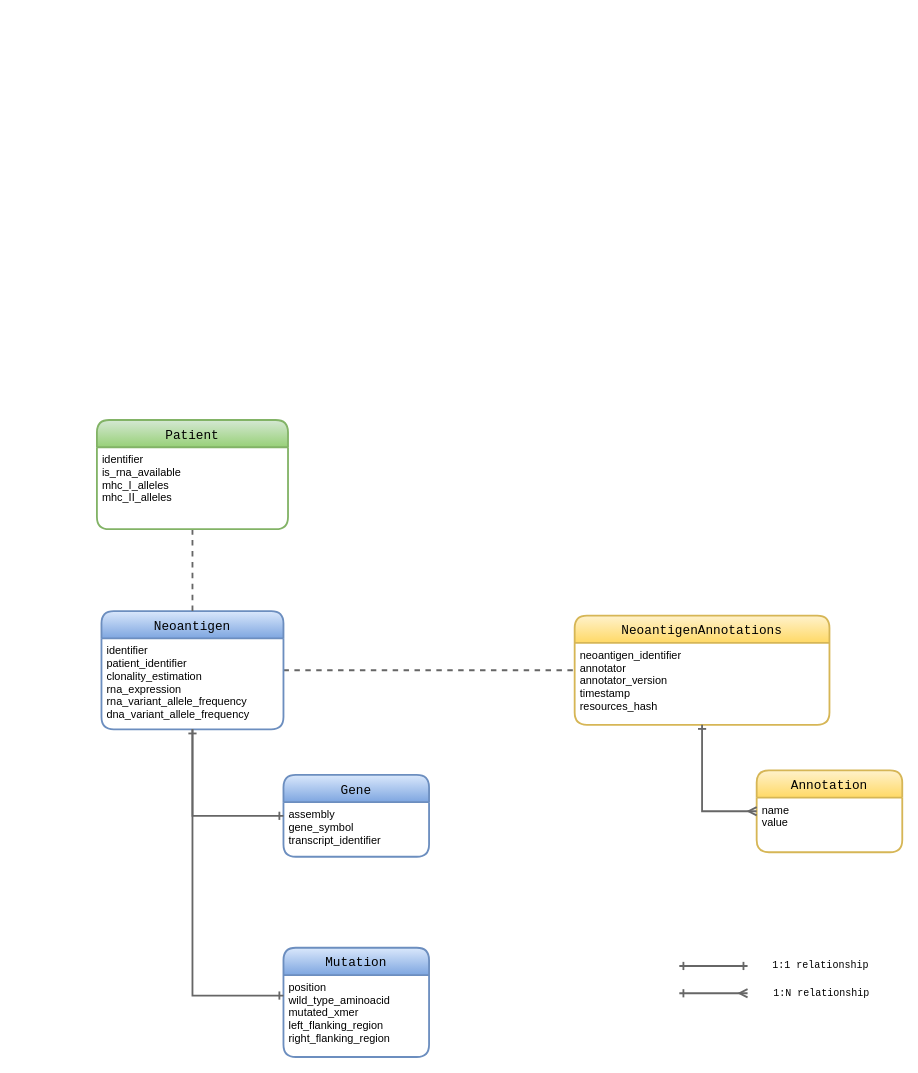
TRON-Bioinformatics/neofox keeps this draw.io diagram as docs/figures/neofox_model.drawio. Above is the earlier version. Source tidied: cells renumbered, new cells numbered last; positions are measured from the earlier drawing's top-left corner, leaving out a move shared by most shapes. Both pictures are drawn from the tidied source at 91%, with x=0, y=0 at pixel (96, 420). Pictures stored in the file or linked from it are replaced by grey dashed boxes.
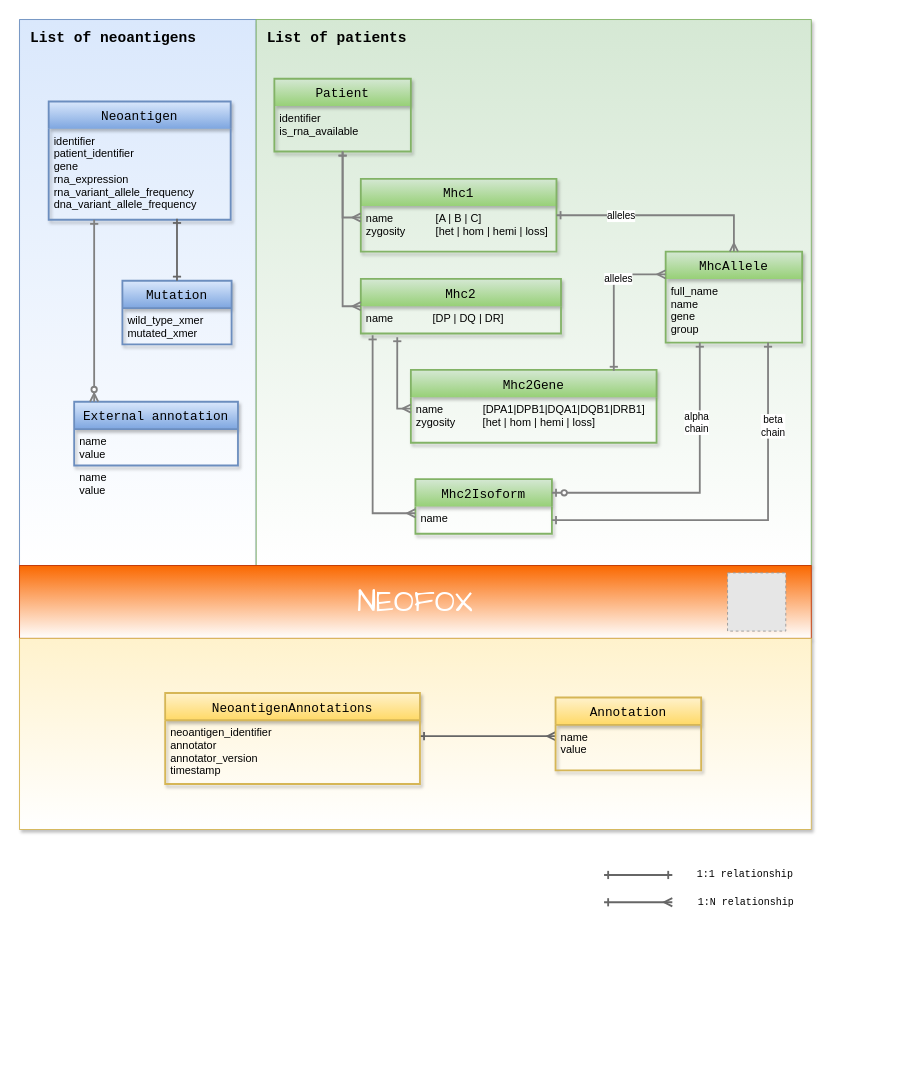
The same diagram, later.

Commit message (it also covers changes not shown here):
update model figure

What changed in the source:
```diff
@@
-    <mxCell id="2" style="edgeStyle=orthogonalEdgeStyle;rounded=0;jettySize=auto;html=1;exitX=1;exitY=0.5;exitDx=0;exitDy=0;entryX=0;entryY=0.5;entryDx=0;entryDy=0;fontFamily=Courier New;endArrow=none;endFill=0;dashed=1;strokeWidth=2;fillColor=#f5f5f5;strokeColor=#666666;gradientColor=#b3b3b3;" parent="1" edge="1" source="3" target="14">
-      <mxGeometry relative="1" as="geometry" />
-    </mxCell>
+    <mxCell id="22" style="group;" parent="1" vertex="1">
+      <mxGeometry x="-85" y="-440" width="260" height="600" as="geometry" />
+    </mxCell>
+    <mxCell id="23" style="rounded=0;whiteSpace=wrap;html=1;fillColor=#dae8fc;strokeColor=#6c8ebf;shadow=1;gradientColor=#ffffff;" parent="22" vertex="1">
+      <mxGeometry width="260" height="600" as="geometry" />
+    </mxCell>
-    <mxCell id="3" value="Neoantigen" style="swimlane;horizontal=1;startSize=30;rounded=1;fontSize=14;fontStyle=0;strokeWidth=2;shadow=0;dashed=0;align=center;fontFamily=Courier New;gradientColor=#7ea6e0;fillColor=#dae8fc;strokeColor=#6c8ebf;" parent="1" vertex="1">
-      <mxGeometry x="5" y="210" width="200" height="130" as="geometry" />
+    <mxCell id="3" value="Neoantigen" style="swimlane;horizontal=1;startSize=30;rounded=0;fontSize=14;fontStyle=0;strokeWidth=2;shadow=1;dashed=0;align=center;fontFamily=Courier New;gradientColor=#7ea6e0;fillColor=#dae8fc;strokeColor=#6c8ebf;swimlaneLine=0;sketch=0;glass=0;" parent="22" vertex="1">
+      <mxGeometry x="32" y="90" width="200" height="130" as="geometry" />
     </mxCell>
-    <mxCell id="4" value="identifier&#10;patient_identifier&#10;clonality_estimation&#10;rna_expression&#10;rna_variant_allele_frequency&#10;dna_variant_allele_frequency&#10;" style="align=left;strokeColor=none;fillColor=none;spacingLeft=4;fontSize=12;verticalAlign=top;" parent="3" vertex="1">
+    <mxCell id="4" value="identifier&#10;patient_identifier&#10;gene&#10;rna_expression&#10;rna_variant_allele_frequency&#10;dna_variant_allele_frequency&#10;" style="align=left;strokeColor=none;fillColor=none;spacingLeft=4;fontSize=12;verticalAlign=top;" parent="3" vertex="1">
       <mxGeometry y="30" width="200" height="100" as="geometry" />
     </mxCell>
-    <mxCell id="5" value="Gene" style="swimlane;horizontal=1;startSize=30;rounded=1;fontSize=14;fontStyle=0;strokeWidth=2;shadow=0;dashed=0;align=center;fontFamily=Courier New;gradientColor=#7ea6e0;fillColor=#dae8fc;strokeColor=#6c8ebf;" parent="1" vertex="1">
-      <mxGeometry x="205" y="390" width="160" height="90" as="geometry" />
-    </mxCell>
-    <mxCell id="6" value="assembly&#10;gene_symbol&#10;transcript_identifier" style="align=left;strokeColor=none;fillColor=none;spacingLeft=4;fontSize=12;verticalAlign=top;" parent="5" vertex="1">
-      <mxGeometry y="30" width="160" height="60" as="geometry" />
-    </mxCell>
-    <mxCell id="7" value="Mutation" style="swimlane;horizontal=1;startSize=30;rounded=1;fontSize=14;fontStyle=0;strokeWidth=2;shadow=0;dashed=0;align=center;fontFamily=Courier New;gradientColor=#7ea6e0;fillColor=#dae8fc;strokeColor=#6c8ebf;" parent="1" vertex="1">
-      <mxGeometry x="205" y="580" width="160" height="120" as="geometry" />
+    <mxCell id="7" value="Mutation" style="swimlane;horizontal=1;startSize=30;rounded=0;fontSize=14;fontStyle=0;strokeWidth=2;shadow=1;dashed=0;align=center;fontFamily=Courier New;gradientColor=#7ea6e0;fillColor=#dae8fc;strokeColor=#6c8ebf;sketch=0;" parent="22" vertex="1">
+      <mxGeometry x="113" y="287" width="120" height="70" as="geometry" />
     </mxCell>
-    <mxCell id="8" value="position&#10;wild_type_aminoacid&#10;mutated_xmer&#10;left_flanking_region&#10;right_flanking_region&#10;" style="align=left;strokeColor=none;fillColor=none;spacingLeft=4;fontSize=12;verticalAlign=top;" parent="7" vertex="1">
-      <mxGeometry y="30" width="160" height="90" as="geometry" />
+    <mxCell id="8" value="wild_type_xmer&#10;mutated_xmer" style="align=left;strokeColor=none;fillColor=none;spacingLeft=4;fontSize=12;verticalAlign=top;" parent="7" vertex="1">
+      <mxGeometry y="30" width="120" height="40" as="geometry" />
     </mxCell>
-    <mxCell id="9" style="edgeStyle=orthogonalEdgeStyle;rounded=0;jettySize=auto;html=1;exitX=0.5;exitY=1;exitDx=0;exitDy=0;entryX=0;entryY=0.25;entryDx=0;entryDy=0;fontFamily=Courier New;strokeWidth=2;endArrow=ERone;endFill=0;gradientColor=#b3b3b3;fillColor=#f5f5f5;strokeColor=#666666;" parent="1" edge="1" source="4" target="6">
-      <mxGeometry relative="1" as="geometry" />
-    </mxCell>
-    <mxCell id="10" style="edgeStyle=orthogonalEdgeStyle;rounded=0;jettySize=auto;html=1;entryX=0;entryY=0.25;entryDx=0;entryDy=0;fontFamily=Courier New;exitX=0.5;exitY=1;exitDx=0;exitDy=0;strokeWidth=2;endArrow=ERone;endFill=0;startArrow=ERone;startFill=0;gradientColor=#b3b3b3;fillColor=#f5f5f5;strokeColor=#666666;" parent="1" edge="1" source="4" target="8">
-      <mxGeometry relative="1" as="geometry" />
+    <mxCell id="10" style="edgeStyle=orthogonalEdgeStyle;rounded=0;jettySize=auto;html=1;entryX=0.5;entryY=0;entryDx=0;entryDy=0;fontFamily=Courier New;exitX=0.705;exitY=0.99;exitDx=0;exitDy=0;strokeWidth=2;endArrow=ERone;endFill=0;startArrow=ERone;startFill=0;gradientColor=#b3b3b3;fillColor=#f5f5f5;strokeColor=#666666;exitPerimeter=0;" parent="22" edge="1" source="4" target="7">
+      <mxGeometry relative="1" as="geometry">
+        <Array as="points">
+          <mxPoint x="173" y="260" />
+          <mxPoint x="173" y="260" />
+        </Array>
+      </mxGeometry>
     </mxCell>
-    <mxCell id="11" style="endArrow=none;dashed=1;html=1;strokeWidth=2;fontFamily=Courier New;exitX=0.5;exitY=0;exitDx=0;exitDy=0;entryX=0.5;entryY=1;entryDx=0;entryDy=0;fillColor=#f5f5f5;strokeColor=#666666;gradientColor=#b3b3b3;" parent="1" edge="1" source="3" target="13">
-      <mxGeometry relative="1" as="geometry" />
-    </mxCell>
-    <mxCell id="12" value="Patient" style="swimlane;horizontal=1;startSize=30;rounded=1;fontSize=14;fontStyle=0;strokeWidth=2;shadow=0;dashed=0;align=center;fontFamily=Courier New;gradientColor=#97d077;fillColor=#d5e8d4;strokeColor=#82b366;" parent="1" vertex="1">
-      <mxGeometry width="210" height="120" as="geometry" />
-    </mxCell>
-    <mxCell id="13" value="identifier&#10;is_rna_available&#10;mhc_I_alleles&#10;mhc_II_alleles&#10;" style="align=left;strokeColor=none;fillColor=none;spacingLeft=4;fontSize=12;verticalAlign=top;" parent="12" vertex="1">
-      <mxGeometry y="30" width="210" height="90" as="geometry" />
-    </mxCell>
+    <mxCell id="24" value="&lt;font face=&quot;Courier New&quot;&gt;List of neoantigens&lt;/font&gt;" style="text;html=1;strokeColor=none;fillColor=none;align=left;verticalAlign=middle;whiteSpace=wrap;rounded=0;fontStyle=1;fontSize=16;" parent="22" vertex="1">
+      <mxGeometry x="10" y="10" width="200" height="20" as="geometry" />
+    </mxCell>
+    <mxCell id="25" value="External annotation" style="swimlane;horizontal=1;startSize=30;rounded=0;fontSize=14;fontStyle=0;strokeWidth=2;shadow=1;dashed=0;align=center;fontFamily=Courier New;gradientColor=#7ea6e0;fillColor=#dae8fc;strokeColor=#6c8ebf;sketch=0;" parent="22" vertex="1">
+      <mxGeometry x="60" y="420" width="180" height="70" as="geometry" />
+    </mxCell>
+    <mxCell id="26" value="name&#10;value&#10;" style="align=left;strokeColor=none;fillColor=none;spacingLeft=4;fontSize=12;verticalAlign=top;" parent="25" vertex="1">
+      <mxGeometry y="30" width="180" height="40" as="geometry" />
+    </mxCell>
+    <mxCell id="27" value="name&#10;value&#10;" style="align=left;strokeColor=none;fillColor=none;spacingLeft=4;fontSize=12;verticalAlign=top;" parent="25" vertex="1">
+      <mxGeometry y="70" width="180" as="geometry" />
+    </mxCell>
+    <mxCell id="28" style="edgeStyle=orthogonalEdgeStyle;rounded=0;jettySize=auto;html=1;exitX=0.25;exitY=1;exitDx=0;exitDy=0;entryX=0.122;entryY=0;entryDx=0;entryDy=0;entryPerimeter=0;startArrow=ERone;startFill=0;endArrow=ERzeroToMany;endFill=1;strokeColor=#808080;strokeWidth=2;fontSize=16;" parent="22" edge="1" source="3" target="25">
+      <mxGeometry relative="1" as="geometry" />
+    </mxCell>
+    <mxCell id="29" value="&lt;div align=&quot;left&quot;&gt;&lt;br&gt;&lt;/div&gt;" style="rounded=0;whiteSpace=wrap;html=1;fillColor=#d5e8d4;strokeColor=#82b366;align=left;shadow=1;gradientColor=#ffffff;" parent="1" vertex="1">
+      <mxGeometry x="175" y="-440" width="610" height="600" as="geometry" />
+    </mxCell>
+    <mxCell id="30" value="&lt;div style=&quot;font-size: 33px&quot; align=&quot;center&quot;&gt;&lt;font style=&quot;font-size: 33px&quot; face=&quot;Comic Sans MS&quot;&gt;NEOFOX&lt;/font&gt;&lt;/div&gt;" style="whiteSpace=wrap;html=1;shadow=1;glass=0;sketch=0;fillColor=#fa6800;align=center;fontSize=35;fontFamily=Comic Sans MS;strokeColor=#C73500;fontColor=#ffffff;gradientColor=#ffffff;" parent="1" vertex="1">
+      <mxGeometry x="-85" y="160" width="870" height="80" as="geometry" />
+    </mxCell>
+    <mxCell id="31" style="rounded=0;whiteSpace=wrap;html=1;fontSize=16;align=left;fillColor=#fff2cc;strokeColor=#d6b656;shadow=1;gradientColor=#ffffff;" parent="1" vertex="1">
+      <mxGeometry x="-85" y="240" width="870" height="210" as="geometry" />
+    </mxCell>
+    <mxCell id="18" style="edgeStyle=orthogonalEdgeStyle;rounded=0;jettySize=auto;html=1;entryX=0;entryY=0.25;entryDx=0;entryDy=0;endArrow=ERmany;endFill=0;strokeWidth=2;fontFamily=Courier New;fillColor=#f5f5f5;strokeColor=#666666;gradientColor=#b3b3b3;startArrow=ERone;startFill=0;exitX=1;exitY=0.25;exitDx=0;exitDy=0;" parent="1" edge="1" source="15" target="17">
+      <mxGeometry relative="1" as="geometry" />
+    </mxCell>
+    <mxCell id="19" value="1:1 relationship" style="endArrow=ERone;html=1;strokeWidth=2;fontFamily=Courier New;endFill=0;startArrow=ERone;startFill=0;gradientColor=#b3b3b3;fillColor=#f5f5f5;strokeColor=#666666;" parent="1" edge="1">
+      <mxGeometry x="1" y="80" relative="1" as="geometry">
+        <mxPoint x="557.3" y="500" as="sourcePoint" />
+        <mxPoint x="632.3" y="500" as="targetPoint" />
+        <mxPoint x="80" y="80" as="offset" />
+      </mxGeometry>
+    </mxCell>
+    <mxCell id="20" style="endArrow=ERmany;html=1;strokeWidth=2;fontFamily=Courier New;endFill=0;startArrow=ERone;startFill=0;gradientColor=#b3b3b3;fillColor=#f5f5f5;strokeColor=#666666;" parent="1" edge="1">
+      <mxGeometry relative="1" as="geometry">
+        <mxPoint x="557.3" y="530" as="sourcePoint" />
+        <mxPoint x="632.3" y="530" as="targetPoint" />
+      </mxGeometry>
+    </mxCell>
+    <mxCell id="21" value="1:N relationship" style="edgeLabel;html=1;align=center;verticalAlign=middle;fontFamily=Courier New;" parent="20" vertex="1">
+      <mxGeometry x="0.31" relative="1" as="geometry">
+        <mxPoint x="106" as="offset" />
+      </mxGeometry>
+    </mxCell>
+    <mxCell id="32" style="fillColor=#E6E6E6;strokeColor=#999999;dashed=1;html=1;verticalAlign=top;verticalLabelPosition=bottom;labelBackgroundColor=#ffffff;" parent="1" vertex="1">
+      <mxGeometry x="693" y="168" width="64" height="64" as="geometry" />
+    </mxCell>
-    <mxCell id="14" value="NeoantigenAnnotations" style="swimlane;horizontal=1;startSize=30;rounded=1;fontSize=14;fontStyle=0;strokeWidth=2;shadow=0;dashed=0;align=center;fontFamily=Courier New;gradientColor=#ffd966;fillColor=#fff2cc;strokeColor=#d6b656;" parent="1" vertex="1">
-      <mxGeometry x="525" y="215" width="280" height="120" as="geometry" />
+    <mxCell id="14" value="NeoantigenAnnotations" style="swimlane;horizontal=1;startSize=30;rounded=0;fontSize=14;fontStyle=0;strokeWidth=2;shadow=1;dashed=0;align=center;fontFamily=Courier New;gradientColor=#ffd966;fillColor=#fff2cc;strokeColor=#d6b656;sketch=0;" parent="1" vertex="1">
+      <mxGeometry x="75" y="300" width="280" height="100" as="geometry" />
     </mxCell>
-    <mxCell id="15" value="neoantigen_identifier&#10;annotator&#10;annotator_version&#10;timestamp&#10;resources_hash&#10;" style="align=left;strokeColor=none;fillColor=none;spacingLeft=4;fontSize=12;verticalAlign=top;" parent="14" vertex="1">
-      <mxGeometry y="30" width="280" height="90" as="geometry" />
+    <mxCell id="15" value="neoantigen_identifier&#10;annotator&#10;annotator_version&#10;timestamp&#10;" style="align=left;strokeColor=none;fillColor=none;spacingLeft=4;fontSize=12;verticalAlign=top;" parent="14" vertex="1">
+      <mxGeometry y="30" width="280" height="70" as="geometry" />
     </mxCell>
-    <mxCell id="16" value="Annotation" style="swimlane;horizontal=1;startSize=30;rounded=1;fontSize=14;fontStyle=0;strokeWidth=2;shadow=0;dashed=0;align=center;fontFamily=Courier New;gradientColor=#ffd966;fillColor=#fff2cc;strokeColor=#d6b656;" parent="1" vertex="1">
-      <mxGeometry x="725" y="385" width="160" height="90" as="geometry" />
+    <mxCell id="16" value="Annotation" style="swimlane;horizontal=1;startSize=30;rounded=0;fontSize=14;fontStyle=0;strokeWidth=2;shadow=1;dashed=0;align=center;fontFamily=Courier New;gradientColor=#ffd966;fillColor=#fff2cc;strokeColor=#d6b656;sketch=0;" parent="1" vertex="1">
+      <mxGeometry x="504" y="305" width="160" height="80" as="geometry" />
     </mxCell>
     <mxCell id="17" value="name&#10;value&#10;" style="align=left;strokeColor=none;fillColor=none;spacingLeft=4;fontSize=12;verticalAlign=top;" parent="16" vertex="1">
-      <mxGeometry y="30" width="160" height="60" as="geometry" />
+      <mxGeometry y="30" width="160" height="50" as="geometry" />
     </mxCell>
-    <mxCell id="18" style="edgeStyle=orthogonalEdgeStyle;rounded=0;jettySize=auto;html=1;entryX=0;entryY=0.25;entryDx=0;entryDy=0;endArrow=ERmany;endFill=0;strokeWidth=2;fontFamily=Courier New;fillColor=#f5f5f5;strokeColor=#666666;gradientColor=#b3b3b3;startArrow=ERone;startFill=0;" parent="1" edge="1" source="15" target="17">
-      <mxGeometry relative="1" as="geometry" />
-    </mxCell>
-    <mxCell id="19" value="1:1 relationship" style="endArrow=ERone;html=1;strokeWidth=2;fontFamily=Courier New;endFill=0;startArrow=ERone;startFill=0;gradientColor=#b3b3b3;fillColor=#f5f5f5;strokeColor=#666666;" parent="1" edge="1">
-      <mxGeometry x="1" y="80" relative="1" as="geometry">
-        <mxPoint x="640" y="600" as="sourcePoint" />
-        <mxPoint x="715" y="600" as="targetPoint" />
-        <mxPoint x="80" y="80" as="offset" />
-      </mxGeometry>
-    </mxCell>
-    <mxCell id="20" style="endArrow=ERmany;html=1;strokeWidth=2;fontFamily=Courier New;endFill=0;startArrow=ERone;startFill=0;gradientColor=#b3b3b3;fillColor=#f5f5f5;strokeColor=#666666;" parent="1" edge="1">
-      <mxGeometry relative="1" as="geometry">
-        <mxPoint x="640" y="630" as="sourcePoint" />
-        <mxPoint x="715" y="630" as="targetPoint" />
-      </mxGeometry>
-    </mxCell>
-    <mxCell id="21" value="1:N relationship" style="edgeLabel;html=1;align=center;verticalAlign=middle;fontFamily=Courier New;" parent="20" vertex="1">
-      <mxGeometry x="0.31" relative="1" as="geometry">
-        <mxPoint x="106" as="offset" />
-      </mxGeometry>
-    </mxCell>
+    <mxCell id="12" value="Patient" style="swimlane;horizontal=1;startSize=30;rounded=0;fontSize=14;fontStyle=0;strokeWidth=2;shadow=1;dashed=0;align=center;fontFamily=Courier New;gradientColor=#97d077;fillColor=#d5e8d4;strokeColor=#82b366;sketch=0;swimlaneLine=0;glass=0;" parent="1" vertex="1">
+      <mxGeometry x="195" y="-375" width="150" height="80" as="geometry" />
+    </mxCell>
+    <mxCell id="13" value="identifier&#10;is_rna_available&#10;" style="align=left;strokeColor=none;fillColor=none;spacingLeft=4;fontSize=12;verticalAlign=top;" parent="12" vertex="1">
+      <mxGeometry y="30" width="150" height="50" as="geometry" />
+    </mxCell>
+    <mxCell id="33" value="Mhc1" style="swimlane;horizontal=1;startSize=30;rounded=0;fontSize=14;fontStyle=0;strokeWidth=2;shadow=1;dashed=0;align=center;fontFamily=Courier New;gradientColor=#97d077;fillColor=#d5e8d4;strokeColor=#82b366;sketch=0;swimlaneLine=0;glass=0;" parent="1" vertex="1">
+      <mxGeometry x="290" y="-265" width="215" height="80" as="geometry" />
+    </mxCell>
+    <mxCell id="34" value="name              [A | B | C]&#10;zygosity          [het | hom | hemi | loss]" style="align=left;strokeColor=none;fillColor=none;spacingLeft=4;fontSize=12;verticalAlign=top;" parent="33" vertex="1">
+      <mxGeometry y="30" width="215" height="50" as="geometry" />
+    </mxCell>
+    <mxCell id="35" value="Mhc2" style="swimlane;horizontal=1;startSize=30;rounded=0;fontSize=14;fontStyle=0;strokeWidth=2;shadow=1;dashed=0;align=center;fontFamily=Courier New;gradientColor=#97d077;fillColor=#d5e8d4;strokeColor=#82b366;sketch=0;swimlaneLine=0;glass=0;" parent="1" vertex="1">
+      <mxGeometry x="290" y="-155" width="220" height="60" as="geometry" />
+    </mxCell>
+    <mxCell id="36" value="name             [DP | DQ | DR]" style="align=left;strokeColor=none;fillColor=none;spacingLeft=4;fontSize=12;verticalAlign=top;" parent="35" vertex="1">
+      <mxGeometry y="30" width="220" height="30" as="geometry" />
+    </mxCell>
+    <mxCell id="37" value="Mhc2Gene" style="swimlane;horizontal=1;startSize=30;rounded=0;fontSize=14;fontStyle=0;strokeWidth=2;shadow=1;dashed=0;align=center;fontFamily=Courier New;gradientColor=#97d077;fillColor=#d5e8d4;strokeColor=#82b366;sketch=0;swimlaneLine=0;glass=0;" parent="1" vertex="1">
+      <mxGeometry x="345" y="-55" width="270" height="80" as="geometry" />
+    </mxCell>
+    <mxCell id="38" value="name             [DPA1|DPB1|DQA1|DQB1|DRB1]&#10;zygosity         [het | hom | hemi | loss]&#10;" style="align=left;strokeColor=none;fillColor=none;spacingLeft=4;fontSize=12;verticalAlign=top;" parent="37" vertex="1">
+      <mxGeometry y="30" width="270" height="50" as="geometry" />
+    </mxCell>
+    <mxCell id="39" value="Mhc2Isoform" style="swimlane;horizontal=1;startSize=30;rounded=0;fontSize=14;fontStyle=0;strokeWidth=2;shadow=1;dashed=0;align=center;fontFamily=Courier New;gradientColor=#97d077;fillColor=#d5e8d4;strokeColor=#82b366;sketch=0;swimlaneLine=0;glass=0;" parent="1" vertex="1">
+      <mxGeometry x="350" y="65" width="150" height="60" as="geometry" />
+    </mxCell>
+    <mxCell id="40" value="name&#10;" style="align=left;strokeColor=none;fillColor=none;spacingLeft=4;fontSize=12;verticalAlign=top;" parent="39" vertex="1">
+      <mxGeometry y="30" width="150" height="30" as="geometry" />
+    </mxCell>
+    <mxCell id="41" value="MhcAllele" style="swimlane;horizontal=1;startSize=30;rounded=0;fontSize=14;fontStyle=0;strokeWidth=2;shadow=1;dashed=0;align=center;fontFamily=Courier New;gradientColor=#97d077;fillColor=#d5e8d4;strokeColor=#82b366;sketch=0;swimlaneLine=0;glass=0;" parent="1" vertex="1">
+      <mxGeometry x="625" y="-185" width="150" height="100" as="geometry" />
+    </mxCell>
+    <mxCell id="42" value="full_name&#10;name&#10;gene&#10;group&#10;" style="align=left;strokeColor=none;fillColor=none;spacingLeft=4;fontSize=12;verticalAlign=top;" parent="41" vertex="1">
+      <mxGeometry y="30" width="150" height="70" as="geometry" />
+    </mxCell>
+    <mxCell id="43" style="edgeStyle=orthogonalEdgeStyle;rounded=0;jettySize=auto;html=1;entryX=0;entryY=0.25;entryDx=0;entryDy=0;startArrow=ERone;startFill=0;endArrow=ERmany;endFill=0;strokeWidth=2;strokeColor=#808080;" parent="1" edge="1" source="13" target="34">
+      <mxGeometry relative="1" as="geometry" />
+    </mxCell>
+    <mxCell id="44" style="edgeStyle=orthogonalEdgeStyle;rounded=0;jettySize=auto;html=1;entryX=0;entryY=0.5;entryDx=0;entryDy=0;startArrow=ERone;startFill=0;endArrow=ERmany;endFill=0;strokeColor=#808080;strokeWidth=2;" parent="1" edge="1" source="13" target="35">
+      <mxGeometry relative="1" as="geometry">
+        <Array as="points">
+          <mxPoint x="270" y="-125" />
+        </Array>
+      </mxGeometry>
+    </mxCell>
+    <mxCell id="45" style="edgeStyle=orthogonalEdgeStyle;rounded=0;jettySize=auto;html=1;entryX=0.5;entryY=0;entryDx=0;entryDy=0;endArrow=ERmany;endFill=0;startArrow=ERone;startFill=0;strokeWidth=2;strokeColor=#808080;exitX=1;exitY=0.2;exitDx=0;exitDy=0;exitPerimeter=0;" parent="1" edge="1" source="34" target="41">
+      <mxGeometry relative="1" as="geometry" />
+    </mxCell>
+    <mxCell id="46" value="alleles" style="edgeLabel;html=1;align=center;verticalAlign=middle;" parent="45" vertex="1">
+      <mxGeometry x="-0.11" y="-2" relative="1" as="geometry">
+        <mxPoint x="-35" y="-2" as="offset" />
+      </mxGeometry>
+    </mxCell>
+    <mxCell id="47" style="edgeStyle=orthogonalEdgeStyle;rounded=0;jettySize=auto;html=1;entryX=0;entryY=0.25;entryDx=0;entryDy=0;startArrow=ERone;startFill=0;endArrow=ERmany;endFill=0;strokeColor=#808080;strokeWidth=2;exitX=0.182;exitY=1.133;exitDx=0;exitDy=0;exitPerimeter=0;" parent="1" edge="1" source="36" target="38">
+      <mxGeometry relative="1" as="geometry">
+        <Array as="points">
+          <mxPoint x="330" y="-12" />
+        </Array>
+      </mxGeometry>
+    </mxCell>
+    <mxCell id="48" style="edgeStyle=orthogonalEdgeStyle;rounded=0;jettySize=auto;html=1;entryX=0;entryY=0.25;entryDx=0;entryDy=0;startArrow=ERone;startFill=0;endArrow=ERmany;endFill=0;strokeColor=#808080;strokeWidth=2;exitX=0.059;exitY=1.067;exitDx=0;exitDy=0;exitPerimeter=0;" parent="1" edge="1" source="36" target="40">
+      <mxGeometry relative="1" as="geometry" />
+    </mxCell>
+    <mxCell id="49" style="edgeStyle=orthogonalEdgeStyle;rounded=0;jettySize=auto;html=1;entryX=0;entryY=0.25;entryDx=0;entryDy=0;startArrow=ERone;startFill=0;endArrow=ERmany;endFill=0;strokeColor=#808080;strokeWidth=2;exitX=0.826;exitY=0.013;exitDx=0;exitDy=0;exitPerimeter=0;" parent="1" edge="1" source="37" target="41">
+      <mxGeometry relative="1" as="geometry" />
+    </mxCell>
+    <mxCell id="50" value="alleles" style="edgeLabel;html=1;align=center;verticalAlign=middle;" parent="49" vertex="1">
+      <mxGeometry x="0.28" y="2" relative="1" as="geometry">
+        <mxPoint x="6" y="2.5" as="offset" />
+      </mxGeometry>
+    </mxCell>
+    <mxCell id="51" style="edgeStyle=orthogonalEdgeStyle;rounded=0;jettySize=auto;html=1;startArrow=ERone;startFill=0;endArrow=ERone;endFill=0;strokeColor=#808080;strokeWidth=2;exitX=1;exitY=0.5;exitDx=0;exitDy=0;entryX=0.75;entryY=1;entryDx=0;entryDy=0;" parent="1" edge="1" source="40" target="42">
+      <mxGeometry relative="1" as="geometry">
+        <Array as="points">
+          <mxPoint x="738" y="110" />
+        </Array>
+      </mxGeometry>
+    </mxCell>
+    <mxCell id="52" value="beta&lt;br&gt;chain" style="edgeLabel;html=1;align=center;verticalAlign=middle;" parent="51" vertex="1">
+      <mxGeometry x="0.18" y="-1" relative="1" as="geometry">
+        <mxPoint x="4" y="-86" as="offset" />
+      </mxGeometry>
+    </mxCell>
+    <mxCell id="53" style="edgeStyle=orthogonalEdgeStyle;rounded=0;jettySize=auto;html=1;entryX=0.25;entryY=1;entryDx=0;entryDy=0;startArrow=ERzeroToOne;startFill=1;endArrow=ERone;endFill=0;strokeColor=#808080;strokeWidth=2;exitX=1;exitY=0.25;exitDx=0;exitDy=0;" parent="1" edge="1" source="39" target="42">
+      <mxGeometry relative="1" as="geometry">
+        <Array as="points">
+          <mxPoint x="663" y="80" />
+          <mxPoint x="663" y="-85" />
+        </Array>
+      </mxGeometry>
+    </mxCell>
+    <mxCell id="54" value="alpha&lt;br&gt;chain" style="edgeLabel;html=1;align=center;verticalAlign=middle;" parent="53" vertex="1">
+      <mxGeometry x="0.18" y="4" relative="1" as="geometry">
+        <mxPoint y="-47.5" as="offset" />
+      </mxGeometry>
+    </mxCell>
+    <mxCell id="55" value="&lt;font face=&quot;Courier New&quot;&gt;List of patients&lt;/font&gt;" style="text;html=1;strokeColor=none;fillColor=none;align=left;verticalAlign=middle;whiteSpace=wrap;rounded=0;fontStyle=1;fontSize=16;" parent="1" vertex="1">
+      <mxGeometry x="185" y="-430" width="200" height="20" as="geometry" />
+    </mxCell>
```
